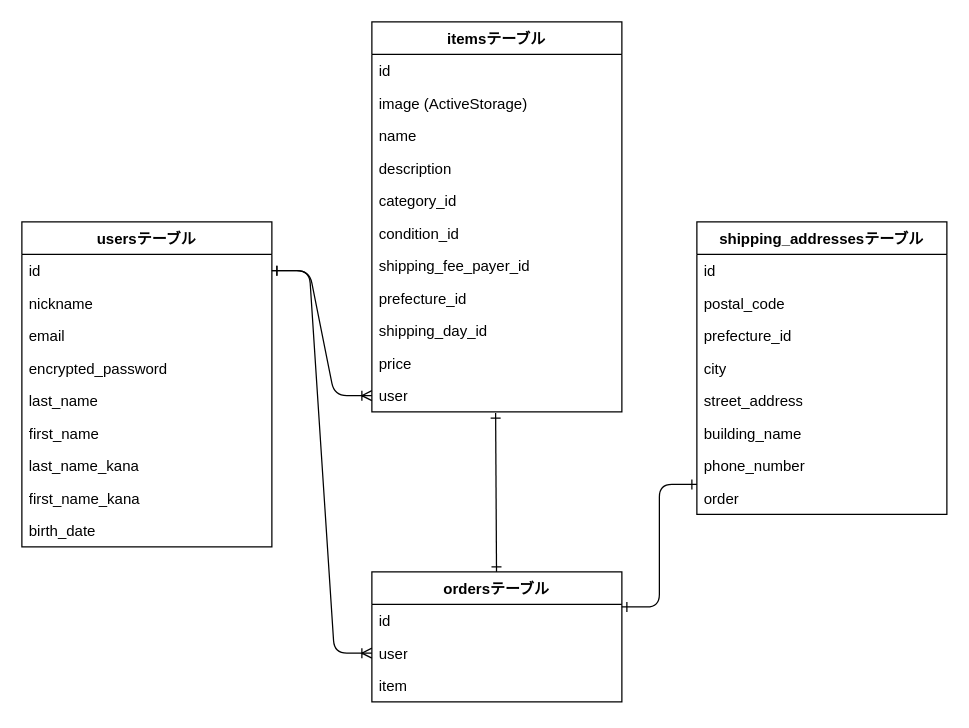
acquauverworld0206/furima-46488 keeps this draw.io diagram as test.dio. Above is the earlier version. Source tidied: cells renumbered, new cells numbered last; positions are measured from the earlier drawing's top-left corner, leaving out a move shared by most shapes. Both pictures are drawn from the tidied source at 125%, with x=0, y=0 at pixel (21, 21).
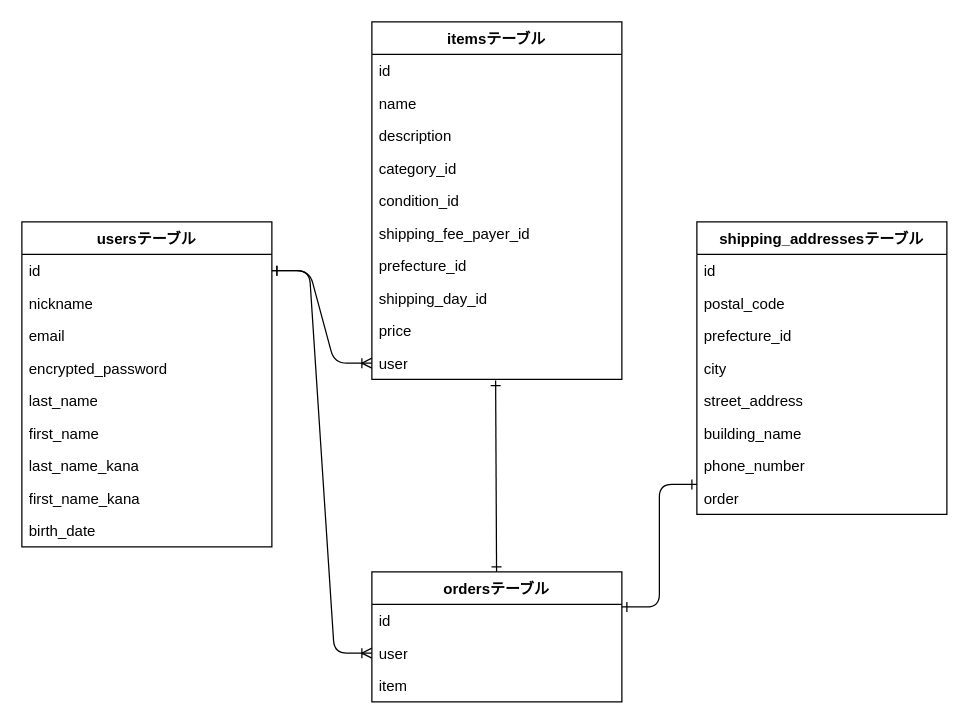
Above is the later version.

Commit message (it also covers changes not shown here):
データベース設計4

Diff of the diagram source:
```diff
@@
     <mxCell id="12" value="itemsテーブル" style="swimlane;fontStyle=1;align=center;verticalAlign=top;horizontal=1;startSize=26;whiteSpace=wrap;html=1;" parent="1" vertex="1">
-      <mxGeometry x="280" width="200" height="312" as="geometry" />
+      <mxGeometry x="280" width="200" height="286" as="geometry" />
     </mxCell>
@@
-    <mxCell id="14" value="image (ActiveStorage)" style="text;strokeColor=none;fillColor=none;align=left;verticalAlign=top;spacingLeft=4;spacingRight=4;overflow=hidden;whiteSpace=wrap;html=1;" parent="12" vertex="1">
-      <mxGeometry y="52" width="200" height="26" as="geometry" />
-    </mxCell>
     <mxCell id="15" value="name" style="text;strokeColor=none;fillColor=none;align=left;verticalAlign=top;spacingLeft=4;spacingRight=4;overflow=hidden;whiteSpace=wrap;html=1;" parent="12" vertex="1">
-      <mxGeometry y="78" width="200" height="26" as="geometry" />
+      <mxGeometry y="52" width="200" height="26" as="geometry" />
     </mxCell>
     <mxCell id="16" value="description" style="text;strokeColor=none;fillColor=none;align=left;verticalAlign=top;spacingLeft=4;spacingRight=4;overflow=hidden;whiteSpace=wrap;html=1;" parent="12" vertex="1">
-      <mxGeometry y="104" width="200" height="26" as="geometry" />
+      <mxGeometry y="78" width="200" height="26" as="geometry" />
     </mxCell>
     <mxCell id="17" value="category_id" style="text;strokeColor=none;fillColor=none;align=left;verticalAlign=top;spacingLeft=4;spacingRight=4;overflow=hidden;whiteSpace=wrap;html=1;" parent="12" vertex="1">
-      <mxGeometry y="130" width="200" height="26" as="geometry" />
+      <mxGeometry y="104" width="200" height="26" as="geometry" />
     </mxCell>
     <mxCell id="18" value="condition_id" style="text;strokeColor=none;fillColor=none;align=left;verticalAlign=top;spacingLeft=4;spacingRight=4;overflow=hidden;whiteSpace=wrap;html=1;" parent="12" vertex="1">
-      <mxGeometry y="156" width="200" height="26" as="geometry" />
+      <mxGeometry y="130" width="200" height="26" as="geometry" />
     </mxCell>
     <mxCell id="19" value="shipping_fee_payer_id" style="text;strokeColor=none;fillColor=none;align=left;verticalAlign=top;spacingLeft=4;spacingRight=4;overflow=hidden;whiteSpace=wrap;html=1;" parent="12" vertex="1">
-      <mxGeometry y="182" width="200" height="26" as="geometry" />
+      <mxGeometry y="156" width="200" height="26" as="geometry" />
     </mxCell>
     <mxCell id="20" value="prefecture_id" style="text;strokeColor=none;fillColor=none;align=left;verticalAlign=top;spacingLeft=4;spacingRight=4;overflow=hidden;whiteSpace=wrap;html=1;" parent="12" vertex="1">
-      <mxGeometry y="208" width="200" height="26" as="geometry" />
+      <mxGeometry y="182" width="200" height="26" as="geometry" />
     </mxCell>
     <mxCell id="21" value="shipping_day_id" style="text;strokeColor=none;fillColor=none;align=left;verticalAlign=top;spacingLeft=4;spacingRight=4;overflow=hidden;whiteSpace=wrap;html=1;" parent="12" vertex="1">
-      <mxGeometry y="234" width="200" height="26" as="geometry" />
+      <mxGeometry y="208" width="200" height="26" as="geometry" />
     </mxCell>
     <mxCell id="22" value="price" style="text;strokeColor=none;fillColor=none;align=left;verticalAlign=top;spacingLeft=4;spacingRight=4;overflow=hidden;whiteSpace=wrap;html=1;" parent="12" vertex="1">
-      <mxGeometry y="260" width="200" height="26" as="geometry" />
+      <mxGeometry y="234" width="200" height="26" as="geometry" />
     </mxCell>
     <mxCell id="23" value="user" style="text;strokeColor=none;fillColor=none;align=left;verticalAlign=top;spacingLeft=4;spacingRight=4;overflow=hidden;points=[[0,0.5],[1,0.5]];portConstraint=eastwest;whiteSpace=wrap;html=1;" parent="12" vertex="1">
-      <mxGeometry y="286" width="200" height="26" as="geometry" />
+      <mxGeometry y="260" width="200" height="26" as="geometry" />
     </mxCell>
```
